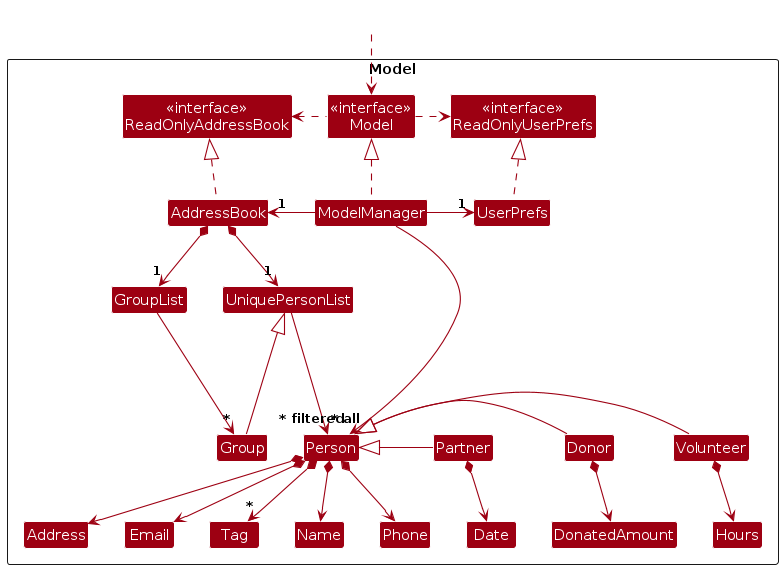
Before: diagrams/ModelClassDiagram.png, a diagram exported from PlantUML (AY2425S1-CS2103T-T16-3/tp). Its source is kept beside it as diagrams/ModelClassDiagram.puml.
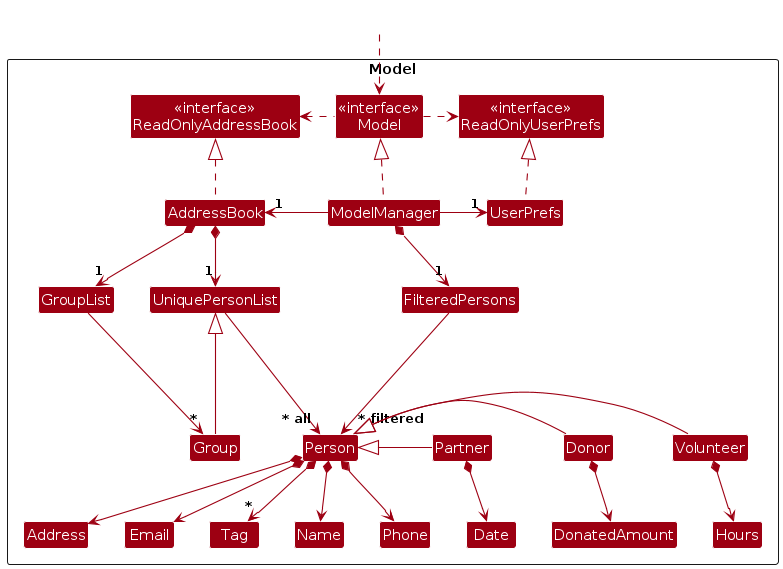
Above is the later version.

What changed in the source:
```diff
@@ -13,6 +13,7 @@
 Class UserPrefs
 
 Class UniquePersonList
+Class FilteredPersons
 Class GroupList
 Class Group
 Class Person
@@ -41,16 +42,19 @@
 Model .left.> ReadOnlyAddressBook
 ModelManager -left-> "1" AddressBook
 ModelManager -right-> "1" UserPrefs
+ModelManager *-down-> "1" FilteredPersons
 UserPrefs .up.|> ReadOnlyUserPrefs
 
 AddressBook *--> "1" UniquePersonList
 AddressBook *--> "1" GroupList
 GroupList -[hidden]right-> UniquePersonList
+UniquePersonList -[hidden]right-> FilteredPersons
 
 GroupList --> "*" Group
 Group -up-|> UniquePersonList
 
 UniquePersonList --> "~* all" Person
+FilteredPersons --> "~* filtered" Person
 Person *--> Name
 Person *--> Phone
 Person *--> Email
@@ -71,5 +75,4 @@
 Phone -[hidden]right-> Address
 Address -[hidden]right-> Email
 
-ModelManager -[norank]-> "~* filtered" Person
 @enduml
```
